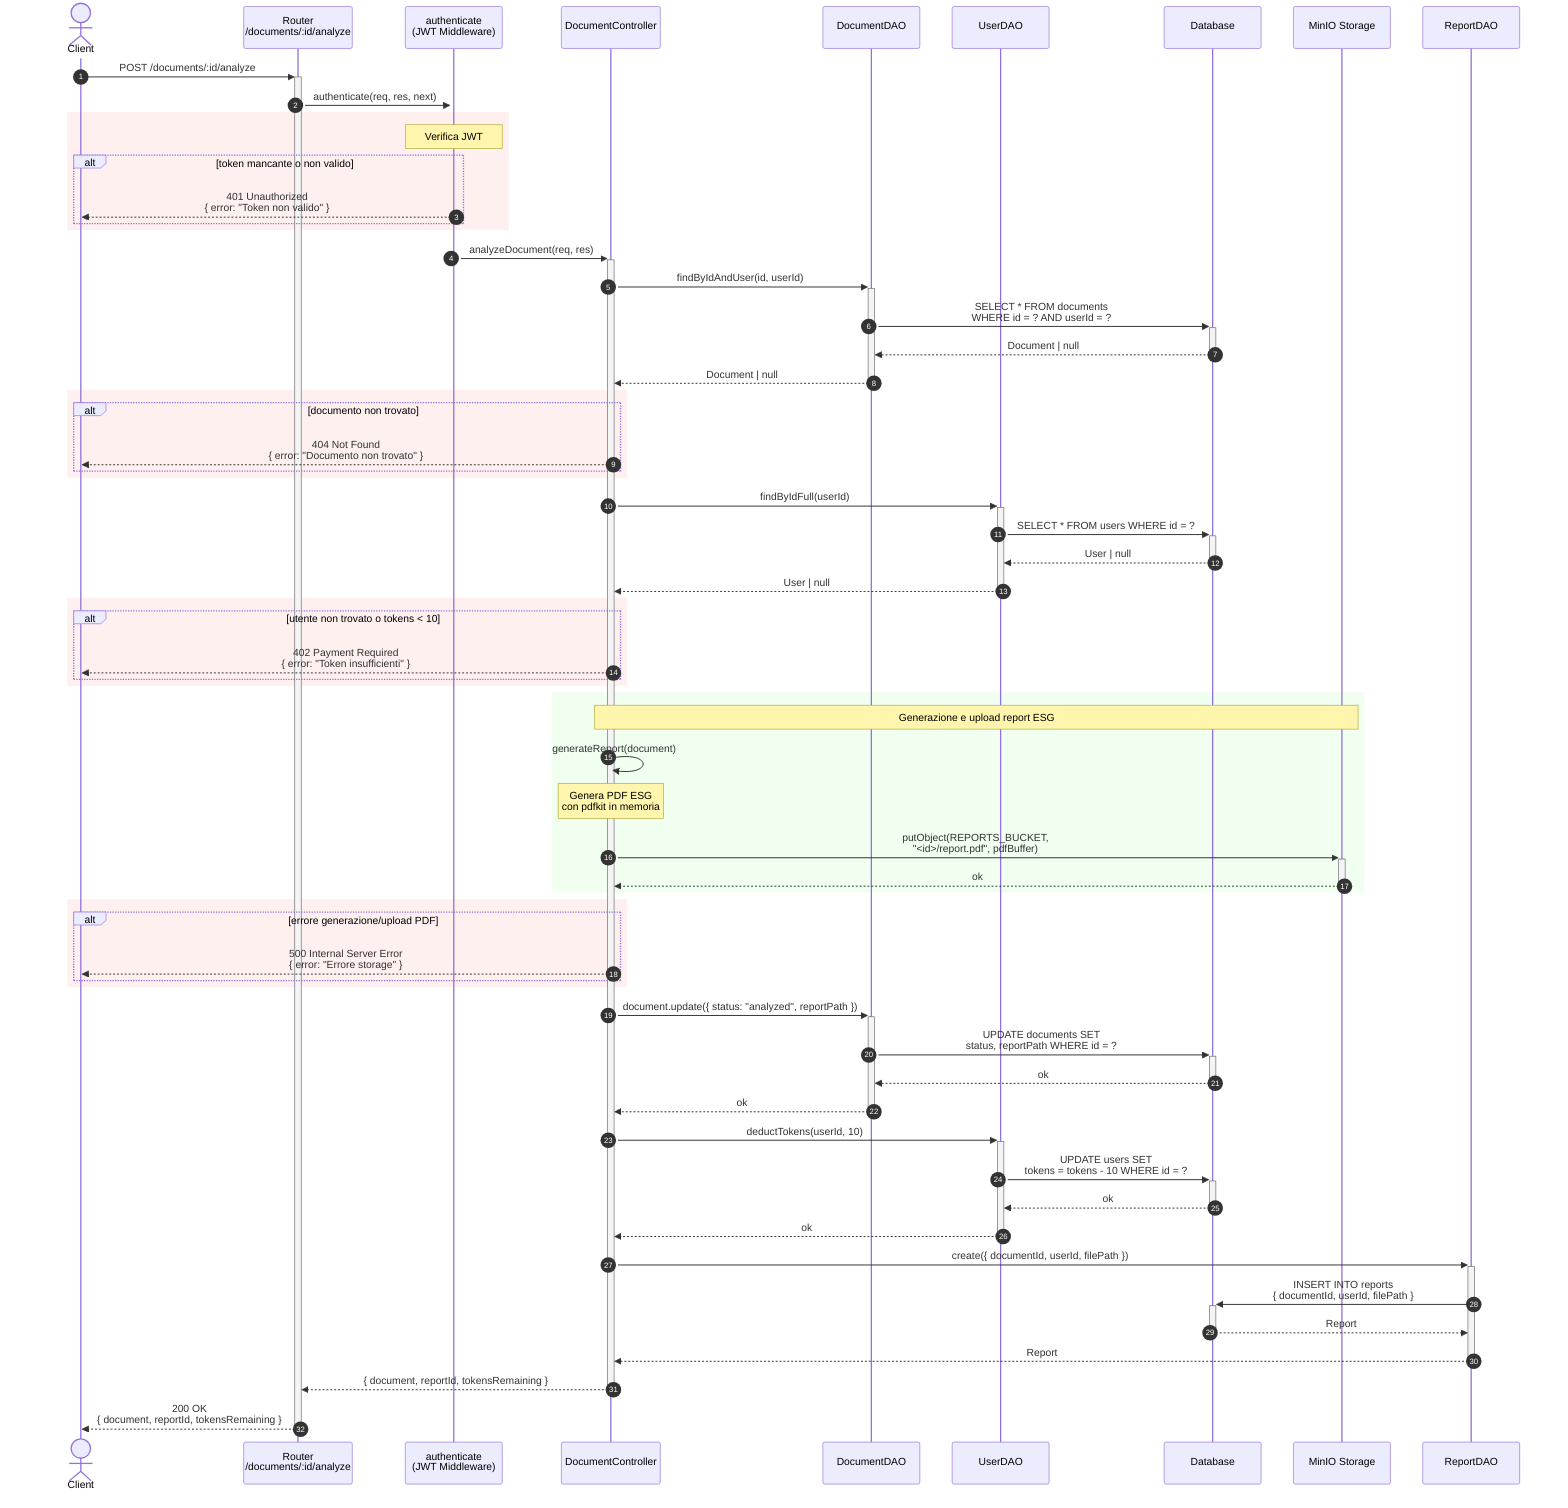
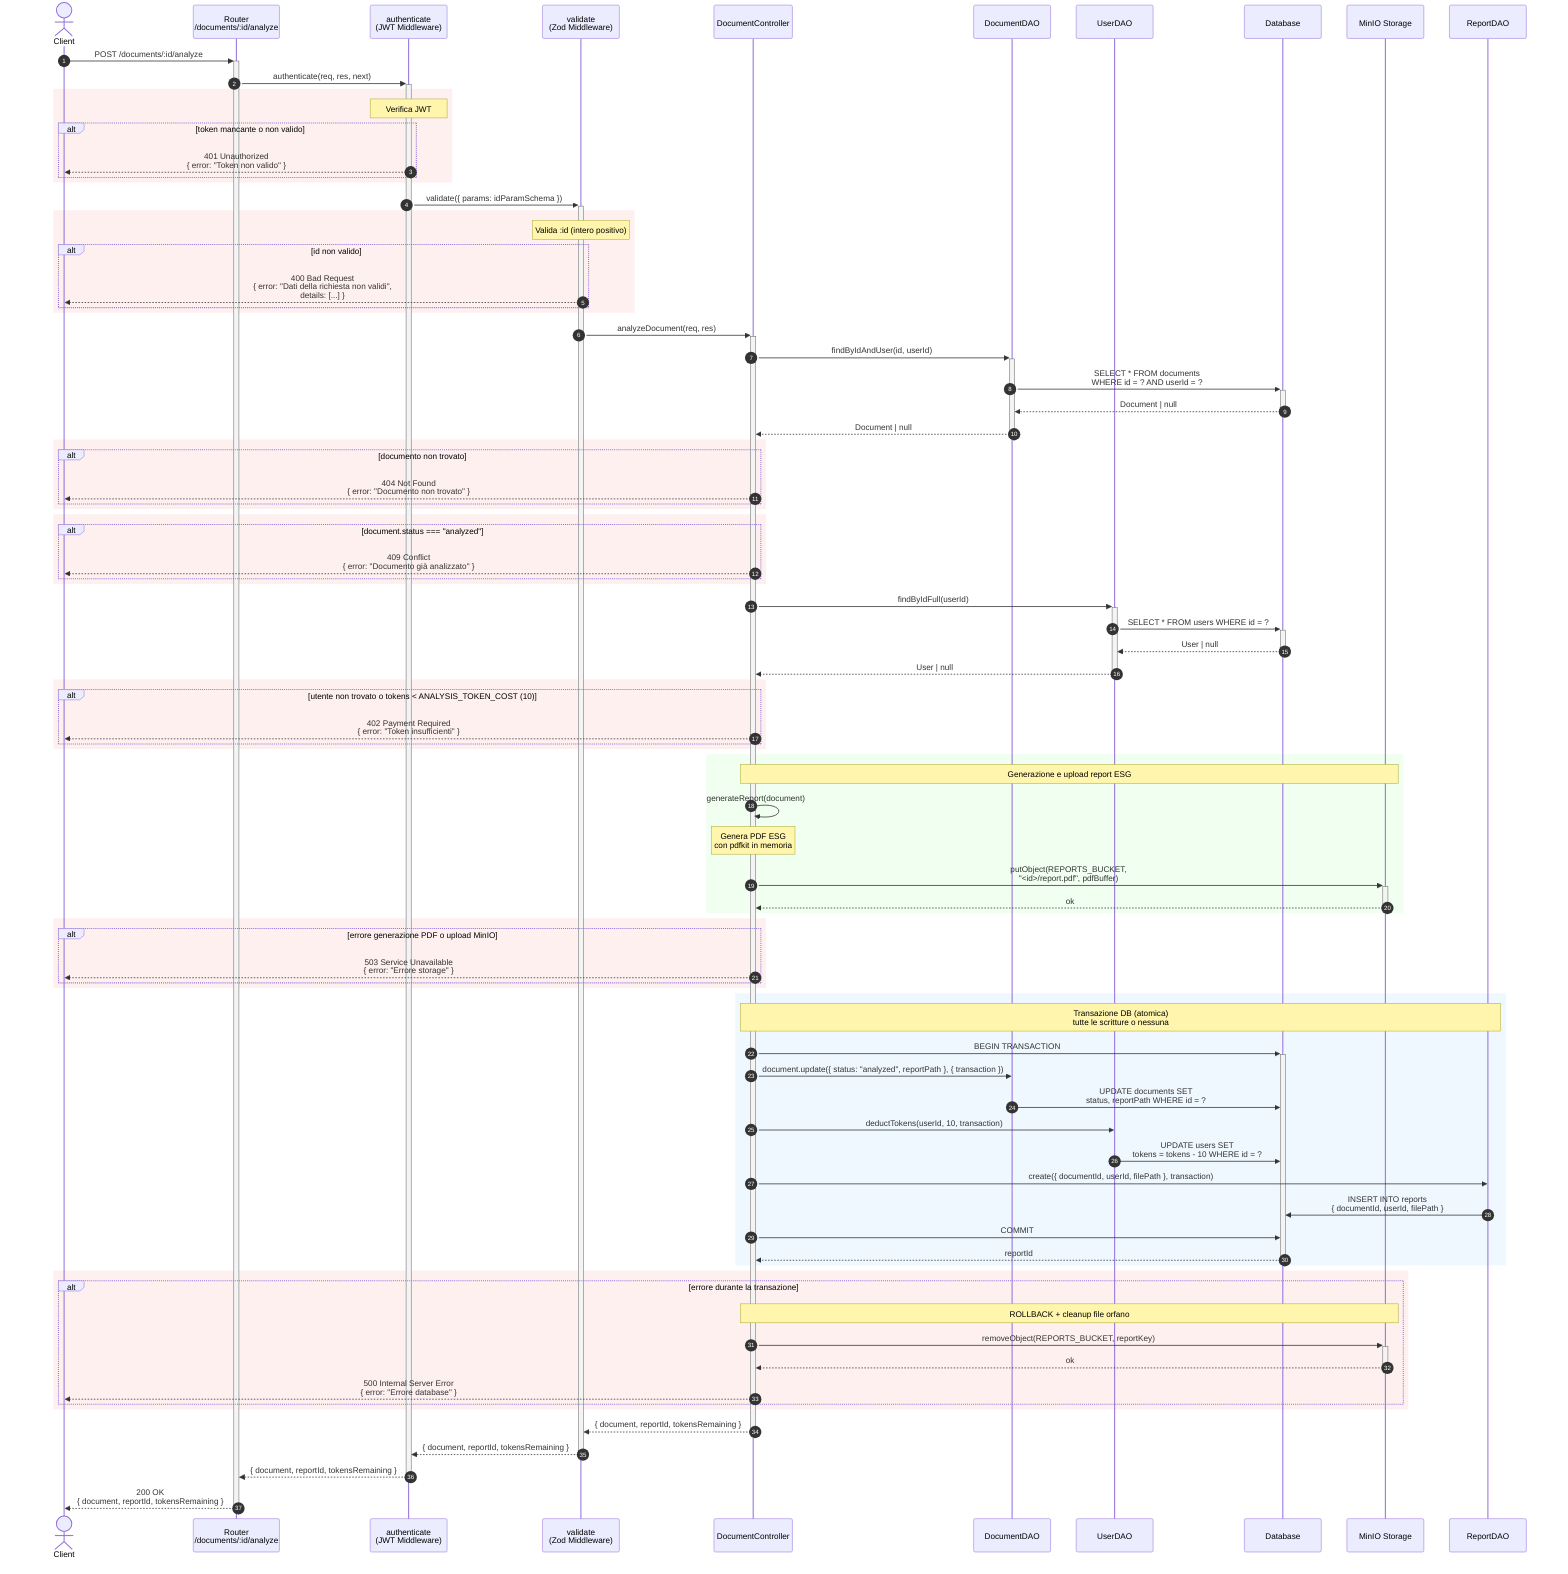
sequenceDiagram
    autonumber
    actor Client
    participant Router as Router<br/>/documents/:id/analyze
    participant Auth as authenticate<br/>(JWT Middleware)
+     participant Validate as validate<br/>(Zod Middleware)
    participant Controller as DocumentController
    participant DocDAO as DocumentDAO
    participant UserDAO as UserDAO
    participant DB@{ shape: "database" } as Database
    participant Minio as MinIO Storage
    participant ReportDAO as ReportDAO

    Client->>+Router: POST /documents/:id/analyze

    Router->>+Auth: authenticate(req, res, next)

    rect rgb(255, 240, 240)
        note over Auth: Verifica JWT
        alt token mancante o non valido
            Auth-->>Client: 401 Unauthorized<br/>{ error: "Token non valido" }
        end
    end

-     Auth->>+Controller: analyzeDocument(req, res)
+     Auth->>+Validate: validate({ params: idParamSchema })
+ 
+     rect rgb(255, 240, 240)
+         note over Validate: Valida :id (intero positivo)
+         alt id non valido
+             Validate-->>Client: 400 Bad Request<br/>{ error: "Dati della richiesta non validi",<br/>details: [...] }
+         end
+     end
+ 
+     Validate->>+Controller: analyzeDocument(req, res)

    Controller->>+DocDAO: findByIdAndUser(id, userId)
    DocDAO->>+DB: SELECT * FROM documents<br/>WHERE id = ? AND userId = ?
    DB-->>-DocDAO: Document | null
    DocDAO-->>-Controller: Document | null

    rect rgb(255, 240, 240)
        alt documento non trovato
            Controller-->>Client: 404 Not Found<br/>{ error: "Documento non trovato" }
        end
    end

+     rect rgb(255, 240, 240)
+         alt document.status === "analyzed"
+             Controller-->>Client: 409 Conflict<br/>{ error: "Documento già analizzato" }
+         end
+     end
+ 
    Controller->>+UserDAO: findByIdFull(userId)
    UserDAO->>+DB: SELECT * FROM users WHERE id = ?
    DB-->>-UserDAO: User | null
    UserDAO-->>-Controller: User | null

    rect rgb(255, 240, 240)
-         alt utente non trovato o tokens < 10
+         alt utente non trovato o tokens < ANALYSIS_TOKEN_COST (10)
            Controller-->>Client: 402 Payment Required<br/>{ error: "Token insufficienti" }
        end
    end

    rect rgb(240, 255, 240)
        note over Controller,Minio: Generazione e upload report ESG
        Controller->>Controller: generateReport(document)
        note over Controller: Genera PDF ESG<br/>con pdfkit in memoria
- 
        Controller->>+Minio: putObject(REPORTS_BUCKET,<br/>"<id>/report.pdf", pdfBuffer)
        Minio-->>-Controller: ok
    end

    rect rgb(255, 240, 240)
-         alt errore generazione/upload PDF
-             Controller-->>Client: 500 Internal Server Error<br/>{ error: "Errore storage" }
+         alt errore generazione PDF o upload MinIO
+             Controller-->>Client: 503 Service Unavailable<br/>{ error: "Errore storage" }
        end
    end

-     Controller->>+DocDAO: document.update({ status: "analyzed", reportPath })
-     DocDAO->>+DB: UPDATE documents SET<br/>status, reportPath WHERE id = ?
-     DB-->>-DocDAO: ok
-     DocDAO-->>-Controller: ok
+     rect rgb(240, 248, 255)
+         note over Controller,ReportDAO: Transazione DB (atomica)<br/>tutte le scritture o nessuna
+         Controller->>+DB: BEGIN TRANSACTION

-     Controller->>+UserDAO: deductTokens(userId, 10)
-     UserDAO->>+DB: UPDATE users SET<br/>tokens = tokens - 10 WHERE id = ?
-     DB-->>-UserDAO: ok
-     UserDAO-->>-Controller: ok
+         Controller->>DocDAO: document.update({ status: "analyzed", reportPath }, { transaction })
+         DocDAO->>DB: UPDATE documents SET<br/>status, reportPath WHERE id = ?

-     Controller->>+ReportDAO: create({ documentId, userId, filePath })
-     ReportDAO->>+DB: INSERT INTO reports<br/>{ documentId, userId, filePath }
-     DB-->>-ReportDAO: Report
-     ReportDAO-->>-Controller: Report
+         Controller->>UserDAO: deductTokens(userId, 10, transaction)
+         UserDAO->>DB: UPDATE users SET<br/>tokens = tokens - 10 WHERE id = ?

-     Controller-->>-Router: { document, reportId, tokensRemaining }
-     Router-->>-Client: 200 OK<br/>{ document, reportId, tokensRemaining }+         Controller->>ReportDAO: create({ documentId, userId, filePath }, transaction)
+         ReportDAO->>DB: INSERT INTO reports<br/>{ documentId, userId, filePath }
+ 
+         Controller->>DB: COMMIT
+         DB-->>-Controller: reportId
+     end
+ 
+     rect rgb(255, 240, 240)
+         alt errore durante la transazione
+             note over Controller,Minio: ROLLBACK + cleanup file orfano
+             Controller->>+Minio: removeObject(REPORTS_BUCKET, reportKey)
+             Minio-->>-Controller: ok
+             Controller-->>Client: 500 Internal Server Error<br/>{ error: "Errore database" }
+         end
+     end
+ 
+     Controller-->>-Validate: { document, reportId, tokensRemaining }
+     Validate-->>-Auth: { document, reportId, tokensRemaining }
+     Auth-->>-Router: { document, reportId, tokensRemaining }
+     Router-->>-Client: 200 OK<br/>{ document, reportId, tokensRemaining }
